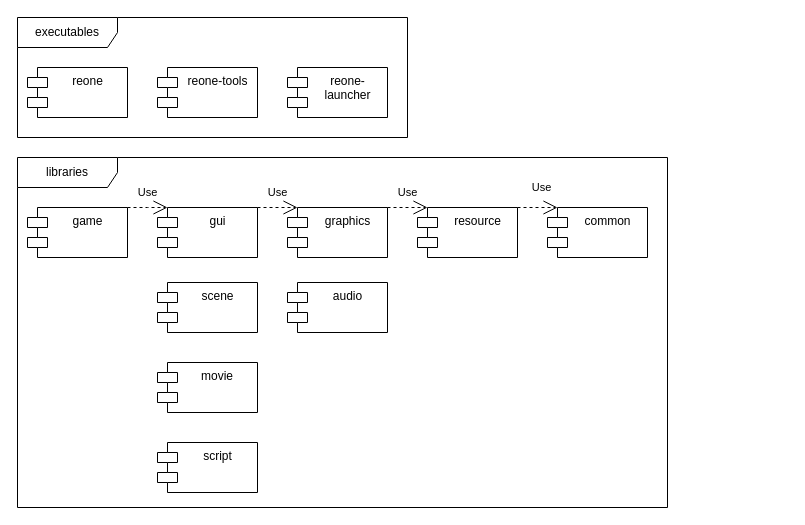
This is doc/diagram/modules.drawio from seedhartha/reone, a draw.io file, before an edit. Source tidied: cells renumbered, new cells numbered last; positions are measured from the earlier drawing's top-left corner, leaving out a move shared by most shapes. Both pictures are drawn from the tidied source at 100%, with x=0, y=0 at pixel (17, 17).
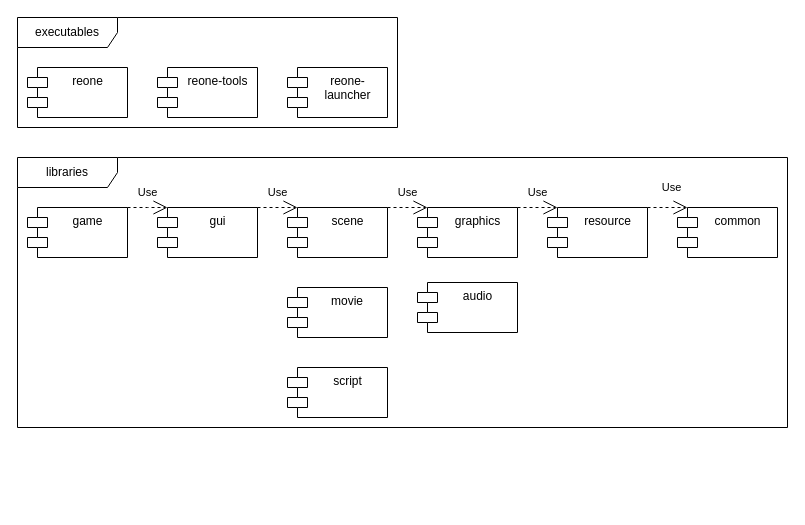
The same page after the edit.

Commit message (it also covers changes not shown here):
In Modules diagram reflect that GUI lib is downstream from scene lib

[ci skip]

The change refers to these unchanged cells:
```xml
<mxCell id="9" value="gui" style="shape=module;align=left;spacingLeft=20;align=center;verticalAlign=top;html=1;" parent="1" vertex="1">
  <mxGeometry x="140" y="190" width="100" height="50" as="geometry" />
</mxCell>
```

Diff of the diagram source:
```diff
@@
     <mxCell id="2" value="executables" style="shape=umlFrame;whiteSpace=wrap;html=1;width=100;height=30;flipH=0;" parent="1" vertex="1">
-      <mxGeometry width="390" height="120" as="geometry" />
+      <mxGeometry width="380" height="110" as="geometry" />
     </mxCell>
     <mxCell id="3" value="libraries" style="shape=umlFrame;whiteSpace=wrap;html=1;width=100;height=30;" parent="1" vertex="1">
-      <mxGeometry y="140" width="650" height="350" as="geometry" />
+      <mxGeometry y="140" width="770" height="270" as="geometry" />
     </mxCell>
     <mxCell id="4" value="common" style="shape=module;align=left;spacingLeft=20;align=center;verticalAlign=top;html=1;" parent="1" vertex="1">
-      <mxGeometry x="530" y="190" width="100" height="50" as="geometry" />
+      <mxGeometry x="660" y="190" width="100" height="50" as="geometry" />
     </mxCell>
     <mxCell id="5" value="audio" style="shape=module;align=left;spacingLeft=20;align=center;verticalAlign=top;html=1;" parent="1" vertex="1">
-      <mxGeometry x="270" y="265" width="100" height="50" as="geometry" />
+      <mxGeometry x="400" y="265" width="100" height="50" as="geometry" />
     </mxCell>
     <mxCell id="6" value="graphics" style="shape=module;align=left;spacingLeft=20;align=center;verticalAlign=top;html=1;" parent="1" vertex="1">
-      <mxGeometry x="270" y="190" width="100" height="50" as="geometry" />
+      <mxGeometry x="400" y="190" width="100" height="50" as="geometry" />
     </mxCell>
     <mxCell id="7" value="resource" style="shape=module;align=left;spacingLeft=20;align=center;verticalAlign=top;html=1;" parent="1" vertex="1">
-      <mxGeometry x="400" y="190" width="100" height="50" as="geometry" />
+      <mxGeometry x="530" y="190" width="100" height="50" as="geometry" />
     </mxCell>
     <mxCell id="8" value="scene" style="shape=module;align=left;spacingLeft=20;align=center;verticalAlign=top;html=1;" parent="1" vertex="1">
-      <mxGeometry x="140" y="265" width="100" height="50" as="geometry" />
+      <mxGeometry x="270" y="190" width="100" height="50" as="geometry" />
     </mxCell>
@@
     <mxCell id="10" value="script" style="shape=module;align=left;spacingLeft=20;align=center;verticalAlign=top;html=1;" parent="1" vertex="1">
-      <mxGeometry x="140" y="425" width="100" height="50" as="geometry" />
+      <mxGeometry x="270" y="350" width="100" height="50" as="geometry" />
     </mxCell>
     <mxCell id="11" value="movie" style="shape=module;align=left;spacingLeft=20;align=center;verticalAlign=top;" parent="1" vertex="1">
-      <mxGeometry x="140" y="345" width="100" height="50" as="geometry" />
+      <mxGeometry x="270" y="270" width="100" height="50" as="geometry" />
     </mxCell>
-    <mxCell id="12" value="Use" style="endArrow=open;endSize=12;dashed=1;html=1;exitX=1;exitY=0;exitDx=0;exitDy=0;entryX=0;entryY=0;entryDx=10;entryDy=0;entryPerimeter=0;" parent="1" edge="1" source="9" target="6">
+    <mxCell id="12" value="Use" style="endArrow=open;endSize=12;dashed=1;html=1;exitX=1;exitY=0;exitDx=0;exitDy=0;entryX=0;entryY=0;entryDx=10;entryDy=0;entryPerimeter=0;" parent="1" edge="1" source="9" target="8">
       <mxGeometry y="15" relative="1" as="geometry" />
     </mxCell>
@@
+    <mxCell id="21" value="Use" style="endArrow=open;endSize=12;dashed=1;html=1;exitX=1;exitY=0;exitDx=0;exitDy=0;entryX=0;entryY=0;entryDx=10;entryDy=0;entryPerimeter=0;" parent="1" edge="1" source="8" target="6">
+      <mxGeometry y="15" relative="1" as="geometry" />
+    </mxCell>
```
